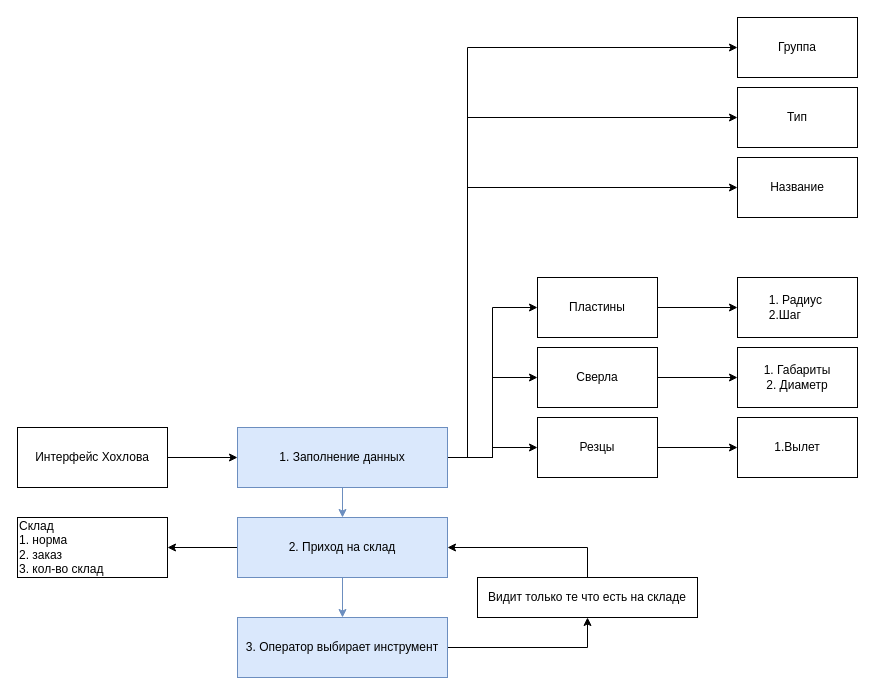
Before: doc/doc.drawio in i5anin/vue.soft.pfforum, a draw.io diagram. Source tidied: cells renumbered, new cells numbered last; positions are measured from the earlier drawing's top-left corner, leaving out a move shared by most shapes. Both pictures are drawn from the tidied source at 100%, with x=0, y=0 at pixel (17, 17).
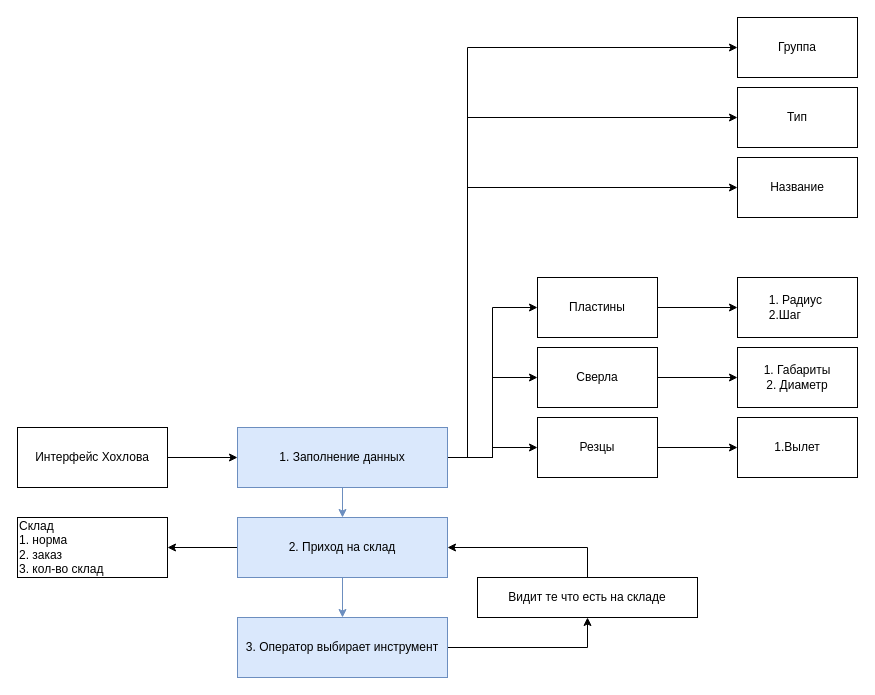
Above is the later version.

Diff of the diagram source:
```diff
@@
-    <mxCell id="25" value="Видит только те что есть на складе" style="rounded=0;whiteSpace=wrap;html=1;" parent="1" vertex="1">
+    <mxCell id="25" value="Видит те что есть на складе" style="rounded=0;whiteSpace=wrap;html=1;" parent="1" vertex="1">
       <mxGeometry x="460" y="560" width="220" height="40" as="geometry" />
     </mxCell>
```
